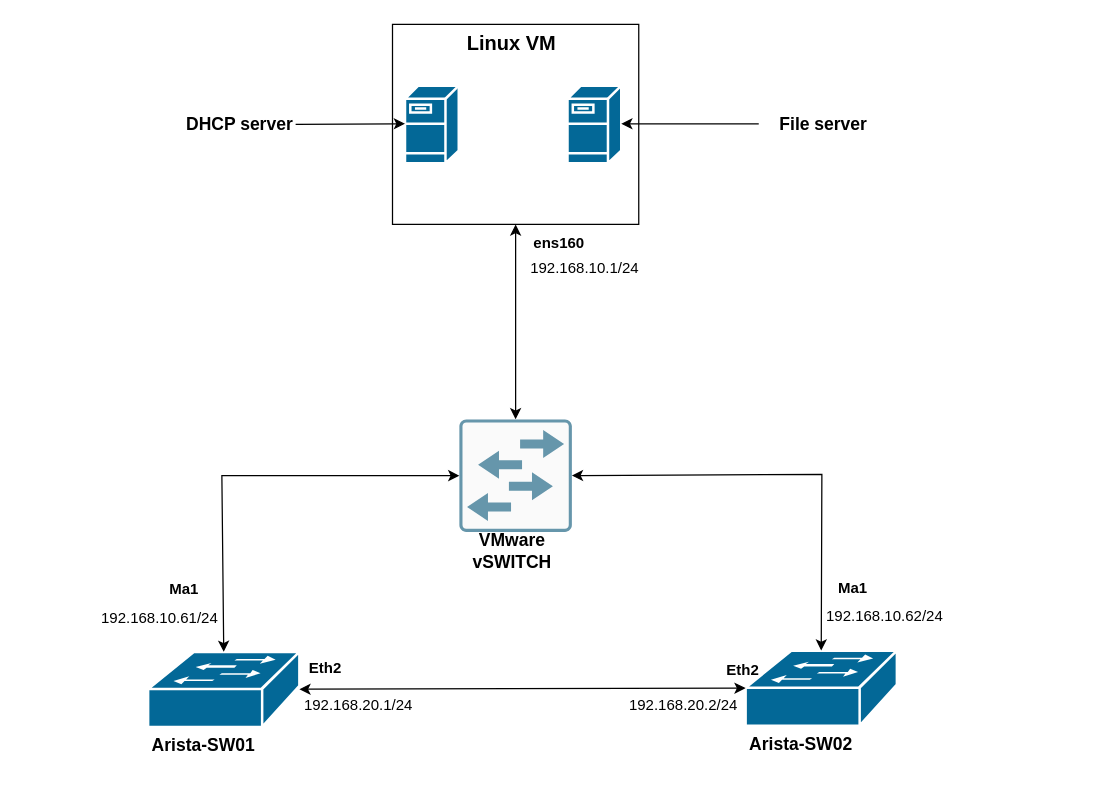
OpentekyLab/Networking keeps this draw.io diagram as ZTP Provisioning for Arista/Arista_ZTP_diagram.drawio. Above is the earlier version. Source tidied: cells renumbered, new cells numbered last; positions are measured from the earlier drawing's top-left corner, leaving out a move shared by most shapes. Both pictures are drawn from the tidied source at 125%, with x=0, y=0 at pixel (96, 24). Pictures stored in the file or linked from it are replaced by grey dashed boxes.
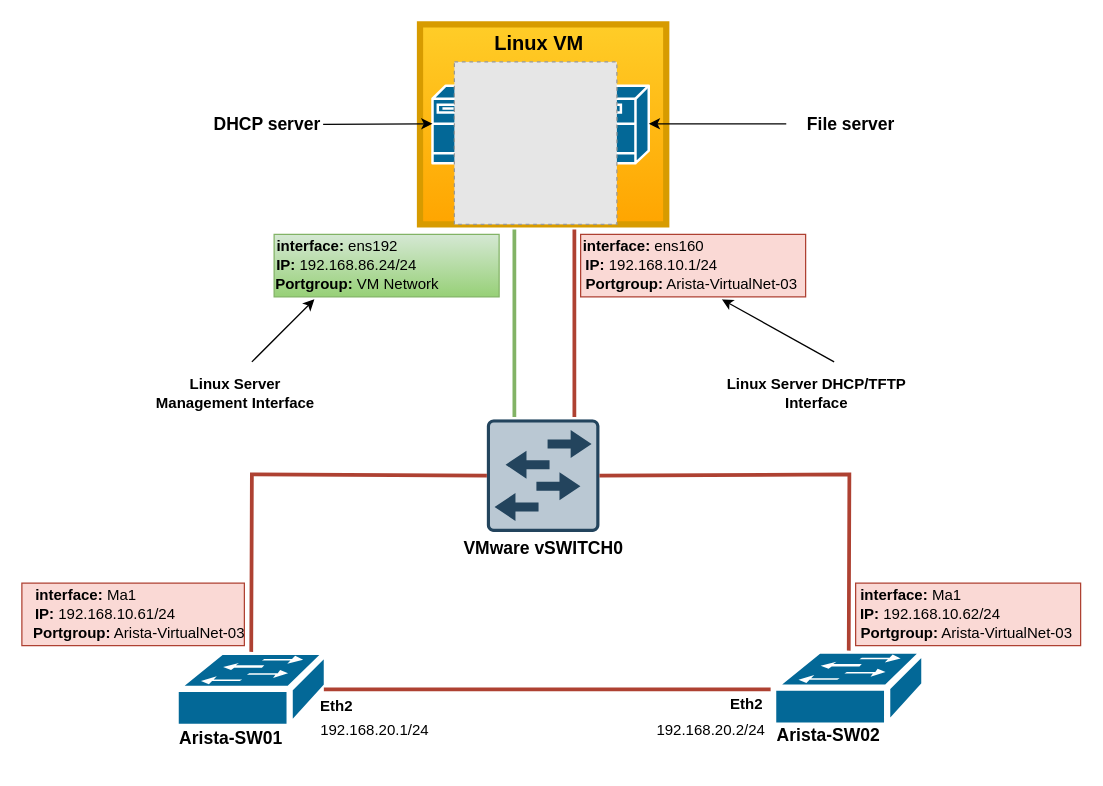
The same page after the edit.

The edit, as a diff of the source:
```diff
@@
+    <mxCell id="30" style="rounded=0;whiteSpace=wrap;html=1;fillColor=#fad9d5;strokeColor=#ae4132;" parent="1" vertex="1">
+      <mxGeometry x="387" y="168" width="180" height="50" as="geometry" />
+    </mxCell>
-    <mxCell id="2" style="rounded=0;whiteSpace=wrap;html=1;" parent="1" vertex="1">
-      <mxGeometry x="236.5" width="197" height="160" as="geometry" />
+    <mxCell id="2" style="rounded=0;whiteSpace=wrap;html=1;fillColor=#ffcd28;strokeColor=#d79b00;gradientColor=#ffa500;strokeWidth=5;" parent="1" vertex="1">
+      <mxGeometry x="258.5" width="197" height="160" as="geometry" />
     </mxCell>
-    <mxCell id="3" style="shape=mxgraph.cisco.switches.workgroup_switch;sketch=0;html=1;dashed=0;fillColor=#036897;strokeColor=#ffffff;strokeWidth=2;verticalLabelPosition=bottom;verticalAlign=top;align=center;outlineConnect=0;" parent="1" vertex="1">
-      <mxGeometry x="41" y="502" width="121" height="60" as="geometry" />
+    <mxCell id="3" style="shape=mxgraph.cisco.switches.workgroup_switch;sketch=0;html=1;dashed=0;fillColor=#036897;strokeColor=#ffffff;strokeWidth=5;verticalLabelPosition=bottom;verticalAlign=top;align=center;outlineConnect=0;" parent="1" vertex="1">
+      <mxGeometry x="63" y="502" width="121" height="60" as="geometry" />
     </mxCell>
-    <mxCell id="4" style="shape=mxgraph.cisco.switches.workgroup_switch;sketch=0;html=1;dashed=0;fillColor=#036897;strokeColor=#ffffff;strokeWidth=2;verticalLabelPosition=bottom;verticalAlign=top;align=center;outlineConnect=0;" parent="1" vertex="1">
-      <mxGeometry x="519" y="501" width="121" height="60" as="geometry" />
+    <mxCell id="4" style="shape=mxgraph.cisco.switches.workgroup_switch;sketch=0;html=1;dashed=0;fillColor=#036897;strokeColor=#ffffff;strokeWidth=5;verticalLabelPosition=bottom;verticalAlign=top;align=center;outlineConnect=0;" parent="1" vertex="1">
+      <mxGeometry x="541" y="501" width="121" height="60" as="geometry" />
     </mxCell>
     <mxCell id="5" style="shape=mxgraph.cisco.servers.fileserver;sketch=0;html=1;dashed=0;fillColor=#036897;strokeColor=#ffffff;strokeWidth=2;verticalLabelPosition=bottom;verticalAlign=top;align=center;" parent="1" vertex="1">
-      <mxGeometry x="376.5" y="49" width="43" height="62" as="geometry" />
+      <mxGeometry x="398.5" y="49" width="43" height="62" as="geometry" />
     </mxCell>
     <mxCell id="6" style="shape=mxgraph.cisco.servers.fileserver;sketch=0;html=1;dashed=0;fillColor=#036897;strokeColor=#ffffff;strokeWidth=2;verticalLabelPosition=bottom;verticalAlign=top;align=center;" parent="1" vertex="1">
-      <mxGeometry x="246.5" y="49" width="43" height="62" as="geometry" />
+      <mxGeometry x="268.5" y="49" width="43" height="62" as="geometry" />
     </mxCell>
-    <mxCell id="7" style="sketch=0;points=[[0.015,0.015,0],[0.985,0.015,0],[0.985,0.985,0],[0.015,0.985,0],[0.25,0,0],[0.5,0,0],[0.75,0,0],[1,0.25,0],[1,0.5,0],[1,0.75,0],[0.75,1,0],[0.5,1,0],[0.25,1,0],[0,0.75,0],[0,0.5,0],[0,0.25,0]];verticalLabelPosition=bottom;html=1;verticalAlign=top;align=center;shape=mxgraph.cisco19.rect;prIcon=workgroup_switch;fillColor=#FAFAFA;strokeColor=#6696AB;" parent="1" vertex="1">
-      <mxGeometry x="290" y="316" width="90" height="90" as="geometry" />
+    <mxCell id="7" style="sketch=0;points=[[0.015,0.015,0],[0.985,0.015,0],[0.985,0.985,0],[0.015,0.985,0],[0.25,0,0],[0.5,0,0],[0.75,0,0],[1,0.25,0],[1,0.5,0],[1,0.75,0],[0.75,1,0],[0.5,1,0],[0.25,1,0],[0,0.75,0],[0,0.5,0],[0,0.25,0]];verticalLabelPosition=bottom;html=1;verticalAlign=top;align=center;shape=mxgraph.cisco19.rect;prIcon=workgroup_switch;fillColor=#bac8d3;strokeColor=#23445d;strokeWidth=5;" parent="1" vertex="1">
+      <mxGeometry x="312" y="316" width="90" height="90" as="geometry" />
     </mxCell>
-    <mxCell id="8" style="endArrow=classic;startArrow=classic;html=1;rounded=0;entryX=0;entryY=0.5;entryDx=0;entryDy=0;entryPerimeter=0;exitX=0.5;exitY=0;exitDx=0;exitDy=0;exitPerimeter=0;" parent="1" edge="1" source="3" target="7">
-      <mxGeometry relative="1" as="geometry">
-        <Array as="points">
-          <mxPoint x="100" y="361" />
-        </Array>
-      </mxGeometry>
-    </mxCell>
-    <mxCell id="9" style="endArrow=classic;startArrow=classic;html=1;rounded=0;entryX=0.5;entryY=1;entryDx=0;entryDy=0;exitX=0.5;exitY=0;exitDx=0;exitDy=0;exitPerimeter=0;" parent="1" edge="1" source="7" target="2">
-      <mxGeometry relative="1" as="geometry" />
-    </mxCell>
     <mxCell id="10" value="&lt;b&gt;&lt;font style=&quot;font-size: 14px;&quot;&gt;Arista-SW01&lt;/font&gt;&lt;/b&gt;" style="text;strokeColor=none;align=center;fillColor=none;html=1;verticalAlign=middle;whiteSpace=wrap;rounded=0;" parent="1" vertex="1">
-      <mxGeometry x="41" y="562" width="89" height="30" as="geometry" />
+      <mxGeometry x="63" y="556" width="89" height="30" as="geometry" />
     </mxCell>
     <mxCell id="11" value="&lt;b&gt;&lt;font style=&quot;font-size: 14px;&quot;&gt;Arista-SW02&lt;/font&gt;&lt;/b&gt;" style="text;strokeColor=none;align=center;fillColor=none;html=1;verticalAlign=middle;whiteSpace=wrap;rounded=0;" parent="1" vertex="1">
-      <mxGeometry x="519" y="561" width="89" height="30" as="geometry" />
+      <mxGeometry x="541" y="554" width="89" height="30" as="geometry" />
     </mxCell>
-    <mxCell id="12" value="&lt;b style=&quot;font-size: 14px;&quot;&gt;VMware&lt;br&gt;vSWITCH&lt;br&gt;&lt;/b&gt;" style="text;strokeColor=none;align=center;fillColor=none;html=1;verticalAlign=middle;whiteSpace=wrap;rounded=0;" parent="1" vertex="1">
-      <mxGeometry x="287.5" y="406" width="89" height="30" as="geometry" />
+    <mxCell id="12" value="&lt;b style=&quot;font-size: 14px;&quot;&gt;VMware vSWITCH0&lt;br&gt;&lt;/b&gt;" style="text;strokeColor=none;align=center;fillColor=none;html=1;verticalAlign=middle;whiteSpace=wrap;rounded=0;" parent="1" vertex="1">
+      <mxGeometry x="271.8" y="408" width="170.5" height="22" as="geometry" />
     </mxCell>
     <mxCell id="13" style="edgeStyle=none;jettySize=auto;html=1;rounded=0;exitX=1;exitY=0.5;exitDx=0;exitDy=0;" parent="1" edge="1" source="14">
       <mxGeometry relative="1" as="geometry">
-        <mxPoint x="246.5" y="79.5" as="targetPoint" />
+        <mxPoint x="268.5" y="79.5" as="targetPoint" />
       </mxGeometry>
     </mxCell>
     <mxCell id="14" value="&lt;b&gt;&lt;font style=&quot;font-size: 14px;&quot;&gt;DHCP server&lt;/font&gt;&lt;/b&gt;" style="text;strokeColor=none;align=center;fillColor=none;html=1;verticalAlign=middle;whiteSpace=wrap;rounded=0;" parent="1" vertex="1">
-      <mxGeometry x="70" y="65" width="89" height="30" as="geometry" />
+      <mxGeometry x="92" y="65" width="89" height="30" as="geometry" />
     </mxCell>
     <mxCell id="15" value="&lt;b&gt;&lt;font style=&quot;font-size: 14px;&quot;&gt;File server&lt;/font&gt;&lt;/b&gt;" style="text;strokeColor=none;align=center;fillColor=none;html=1;verticalAlign=middle;whiteSpace=wrap;rounded=0;" parent="1" vertex="1">
-      <mxGeometry x="537" y="65" width="89" height="30" as="geometry" />
+      <mxGeometry x="559" y="65" width="89" height="30" as="geometry" />
     </mxCell>
     <mxCell id="16" style="edgeStyle=none;orthogonalLoop=1;jettySize=auto;html=1;rounded=0;" parent="1" edge="1">
       <mxGeometry relative="1" as="geometry">
-        <mxPoint x="529.5" y="79.5" as="sourcePoint" />
-        <mxPoint x="419.5" y="79.5" as="targetPoint" />
+        <mxPoint x="551.5" y="79.5" as="sourcePoint" />
+        <mxPoint x="441.5" y="79.5" as="targetPoint" />
       </mxGeometry>
     </mxCell>
     <mxCell id="17" value="&lt;b&gt;&lt;font style=&quot;font-size: 16px;&quot;&gt;Linux VM&lt;/font&gt;&lt;/b&gt;" style="text;strokeColor=none;align=center;fillColor=none;html=1;verticalAlign=middle;whiteSpace=wrap;rounded=0;" parent="1" vertex="1">
-      <mxGeometry x="287" width="90" height="30" as="geometry" />
+      <mxGeometry x="309" width="90" height="30" as="geometry" />
     </mxCell>
-    <mxCell id="18" value="&lt;b&gt;ens160&lt;/b&gt;" style="text;strokeColor=none;align=center;fillColor=none;html=1;verticalAlign=middle;whiteSpace=wrap;rounded=0;" parent="1" vertex="1">
-      <mxGeometry x="340" y="160" width="60" height="30" as="geometry" />
+    <mxCell id="18" value="&lt;b&gt;interface:&lt;/b&gt; ens160" style="text;strokeColor=none;align=center;fillColor=none;html=1;verticalAlign=middle;whiteSpace=wrap;rounded=0;" parent="1" vertex="1">
+      <mxGeometry x="388" y="168" width="99" height="20" as="geometry" />
     </mxCell>
-    <mxCell id="19" value="&lt;b&gt;Ma1&lt;/b&gt;" style="text;strokeColor=none;align=center;fillColor=none;html=1;verticalAlign=middle;whiteSpace=wrap;rounded=0;" parent="1" vertex="1">
-      <mxGeometry x="40" y="439" width="60" height="26" as="geometry" />
-    </mxCell>
-    <mxCell id="20" value="&lt;b&gt;Ma1&lt;/b&gt;" style="text;strokeColor=none;align=center;fillColor=none;html=1;verticalAlign=middle;whiteSpace=wrap;rounded=0;" parent="1" vertex="1">
-      <mxGeometry x="580" y="436" width="50" height="30" as="geometry" />
-    </mxCell>
-    <mxCell id="21" value="192.168.10.1/24" style="text;strokeColor=none;align=center;fillColor=none;html=1;verticalAlign=middle;whiteSpace=wrap;rounded=0;" parent="1" vertex="1">
-      <mxGeometry x="340" y="180" width="100.5" height="30" as="geometry" />
+    <mxCell id="21" value="&lt;b&gt;IP:&lt;/b&gt; 192.168.10.1/24" style="text;strokeColor=none;align=center;fillColor=none;html=1;verticalAlign=middle;whiteSpace=wrap;rounded=0;" parent="1" vertex="1">
+      <mxGeometry x="387" y="178" width="114.2" height="30" as="geometry" />
     </mxCell>
-    <mxCell id="22" style="endArrow=classic;startArrow=classic;html=1;rounded=0;entryX=0;entryY=0.5;entryDx=0;entryDy=0;entryPerimeter=0;" parent="1" edge="1" source="3" target="4">
-      <mxGeometry relative="1" as="geometry" />
-    </mxCell>
     <mxCell id="23" value="&lt;b&gt;Eth2&lt;/b&gt;" style="text;strokeColor=none;align=center;fillColor=none;html=1;verticalAlign=middle;whiteSpace=wrap;rounded=0;" parent="1" vertex="1">
-      <mxGeometry x="163" y="500" width="40" height="30" as="geometry" />
+      <mxGeometry x="172.2" y="536" width="40" height="20" as="geometry" />
     </mxCell>
-    <mxCell id="24" value="&lt;b&gt;Eth2&lt;/b&gt;" style="text;strokeColor=none;align=center;fillColor=none;html=1;verticalAlign=middle;whiteSpace=wrap;rounded=0;" parent="1" vertex="1">
-      <mxGeometry x="497" y="502" width="40" height="30" as="geometry" />
-    </mxCell>
-    <mxCell id="25" value="192.168.10.62/24" style="text;strokeColor=none;align=center;fillColor=none;html=1;verticalAlign=middle;whiteSpace=wrap;rounded=0;" parent="1" vertex="1">
-      <mxGeometry x="580" y="459" width="100.5" height="30" as="geometry" />
-    </mxCell>
-    <mxCell id="26" value="192.168.10.61/24" style="text;strokeColor=none;align=center;fillColor=none;html=1;verticalAlign=middle;whiteSpace=wrap;rounded=0;" parent="1" vertex="1">
-      <mxGeometry x="-0.5" y="460" width="100.5" height="30" as="geometry" />
-    </mxCell>
     <mxCell id="27" value="192.168.20.2/24" style="text;strokeColor=none;align=center;fillColor=none;html=1;verticalAlign=middle;whiteSpace=wrap;rounded=0;" parent="1" vertex="1">
-      <mxGeometry x="418.5" y="530" width="100.5" height="30" as="geometry" />
+      <mxGeometry x="440.5" y="550" width="100.5" height="30" as="geometry" />
     </mxCell>
     <mxCell id="28" value="192.168.20.1/24" style="text;strokeColor=none;align=center;fillColor=none;html=1;verticalAlign=middle;whiteSpace=wrap;rounded=0;" parent="1" vertex="1">
-      <mxGeometry x="159" y="530" width="100.5" height="30" as="geometry" />
+      <mxGeometry x="172" y="550" width="100.5" height="30" as="geometry" />
     </mxCell>
+    <mxCell id="31" style="fillColor=#E6E6E6;strokeColor=#999999;dashed=1;html=1;verticalAlign=top;verticalLabelPosition=bottom;labelBackgroundColor=#ffffff;" parent="1" vertex="1">
+      <mxGeometry x="286" y="30" width="130" height="130" as="geometry" />
+    </mxCell>
+    <mxCell id="32" value="&lt;b&gt;Portgroup:&lt;/b&gt; Arista-VirtualNet-03" style="text;strokeColor=none;align=center;fillColor=none;html=1;verticalAlign=middle;whiteSpace=wrap;rounded=0;" parent="1" vertex="1">
+      <mxGeometry x="386" y="198" width="180" height="20" as="geometry" />
+    </mxCell>
+    <mxCell id="33" style="rounded=0;whiteSpace=wrap;html=1;fillColor=#d5e8d4;gradientColor=#97d077;strokeColor=#82b366;" parent="1" vertex="1">
+      <mxGeometry x="141.8" y="168" width="180" height="50" as="geometry" />
+    </mxCell>
+    <mxCell id="34" value="&lt;b&gt;interface:&lt;/b&gt; ens192" style="text;strokeColor=none;align=center;fillColor=none;html=1;verticalAlign=middle;whiteSpace=wrap;rounded=0;" parent="1" vertex="1">
+      <mxGeometry x="142.8" y="168" width="99" height="20" as="geometry" />
+    </mxCell>
+    <mxCell id="35" value="&lt;b&gt;IP:&lt;/b&gt; 192.168.86.24/24" style="text;strokeColor=none;align=center;fillColor=none;html=1;verticalAlign=middle;whiteSpace=wrap;rounded=0;" parent="1" vertex="1">
+      <mxGeometry x="139.8" y="178" width="120.2" height="30" as="geometry" />
+    </mxCell>
+    <mxCell id="36" value="&lt;b&gt;Portgroup:&lt;/b&gt;&amp;nbsp;VM Network" style="text;strokeColor=none;align=center;fillColor=none;html=1;verticalAlign=middle;whiteSpace=wrap;rounded=0;" parent="1" vertex="1">
+      <mxGeometry x="138.8" y="198" width="138.8" height="20" as="geometry" />
+    </mxCell>
+    <mxCell id="37" style="endArrow=none;html=1;rounded=0;entryX=0.363;entryY=1.016;entryDx=0;entryDy=0;entryPerimeter=0;strokeWidth=3;fillColor=#fad9d5;strokeColor=#ae4132;" parent="1" edge="1">
+      <mxGeometry relative="1" as="geometry">
+        <mxPoint x="382" y="314" as="sourcePoint" />
+        <mxPoint x="382" y="164" as="targetPoint" />
+      </mxGeometry>
+    </mxCell>
+    <mxCell id="38" style="endArrow=none;html=1;rounded=0;exitX=0.5;exitY=1;exitDx=0;exitDy=0;strokeWidth=3;entryX=0.98;entryY=0.5;entryDx=0;entryDy=0;entryPerimeter=0;fillColor=#fad9d5;strokeColor=#ae4132;" parent="1" edge="1" target="3">
+      <mxGeometry relative="1" as="geometry">
+        <mxPoint x="539" y="532" as="sourcePoint" />
+      </mxGeometry>
+    </mxCell>
+    <mxCell id="8" style="endArrow=none;html=1;rounded=0;entryX=0;entryY=0.5;entryDx=0;entryDy=0;entryPerimeter=0;exitX=0.5;exitY=0;exitDx=0;exitDy=0;exitPerimeter=0;strokeWidth=3;fillColor=#fad9d5;strokeColor=#ae4132;" parent="1" edge="1" source="3" target="7">
+      <mxGeometry relative="1" as="geometry">
+        <Array as="points">
+          <mxPoint x="124" y="360" />
+        </Array>
+      </mxGeometry>
+    </mxCell>
-    <mxCell id="29" style="endArrow=classic;startArrow=classic;html=1;rounded=0;exitX=1;exitY=0.5;exitDx=0;exitDy=0;exitPerimeter=0;entryX=0.5;entryY=0;entryDx=0;entryDy=0;entryPerimeter=0;" parent="1" edge="1" source="7" target="4">
+    <mxCell id="29" style="endArrow=none;html=1;rounded=0;entryX=0.5;entryY=0;entryDx=0;entryDy=0;entryPerimeter=0;exitX=1;exitY=0.5;exitDx=0;exitDy=0;exitPerimeter=0;strokeWidth=3;fillColor=#fad9d5;strokeColor=#ae4132;" parent="1" edge="1" source="7" target="4">
       <mxGeometry relative="1" as="geometry">
         <Array as="points">
-          <mxPoint x="580" y="360" />
+          <mxPoint x="602" y="360" />
         </Array>
       </mxGeometry>
     </mxCell>
+    <mxCell id="39" style="endArrow=none;html=1;rounded=0;entryX=0.363;entryY=1.016;entryDx=0;entryDy=0;entryPerimeter=0;strokeWidth=3;fillColor=#d5e8d4;gradientColor=#97d077;strokeColor=#82b366;" parent="1" edge="1">
+      <mxGeometry relative="1" as="geometry">
+        <mxPoint x="334" y="314" as="sourcePoint" />
+        <mxPoint x="334" y="164" as="targetPoint" />
+      </mxGeometry>
+    </mxCell>
+    <mxCell id="40" style="rounded=0;whiteSpace=wrap;html=1;fillColor=#fad9d5;strokeColor=#ae4132;" parent="1" vertex="1">
+      <mxGeometry x="607" y="447" width="180" height="50" as="geometry" />
+    </mxCell>
+    <mxCell id="41" value="&lt;b&gt;interface:&lt;/b&gt;&amp;nbsp;Ma1" style="text;strokeColor=none;align=center;fillColor=none;html=1;verticalAlign=middle;whiteSpace=wrap;rounded=0;" parent="1" vertex="1">
+      <mxGeometry x="607" y="447" width="88.5" height="20" as="geometry" />
+    </mxCell>
+    <mxCell id="42" value="&lt;b&gt;IP:&lt;/b&gt; 192.168.10.62/24" style="text;strokeColor=none;align=center;fillColor=none;html=1;verticalAlign=middle;whiteSpace=wrap;rounded=0;" parent="1" vertex="1">
+      <mxGeometry x="607" y="457" width="119.5" height="30" as="geometry" />
+    </mxCell>
+    <mxCell id="43" value="&lt;b&gt;Portgroup:&lt;/b&gt; Arista-VirtualNet-03" style="text;strokeColor=none;align=center;fillColor=none;html=1;verticalAlign=middle;whiteSpace=wrap;rounded=0;" parent="1" vertex="1">
+      <mxGeometry x="606" y="477" width="180" height="20" as="geometry" />
+    </mxCell>
+    <mxCell id="44" style="rounded=0;whiteSpace=wrap;html=1;fillColor=#fad9d5;strokeColor=#ae4132;" parent="1" vertex="1">
+      <mxGeometry x="-60" y="447" width="178" height="50" as="geometry" />
+    </mxCell>
+    <mxCell id="45" value="&lt;b&gt;interface:&lt;/b&gt;&amp;nbsp;Ma1" style="text;strokeColor=none;align=center;fillColor=none;html=1;verticalAlign=middle;whiteSpace=wrap;rounded=0;" parent="1" vertex="1">
+      <mxGeometry x="-53" y="447" width="88.5" height="20" as="geometry" />
+    </mxCell>
+    <mxCell id="46" value="&lt;b&gt;IP:&lt;/b&gt; 192.168.10.61/24" style="text;strokeColor=none;align=center;fillColor=none;html=1;verticalAlign=middle;whiteSpace=wrap;rounded=0;" parent="1" vertex="1">
+      <mxGeometry x="-53" y="457" width="119.5" height="30" as="geometry" />
+    </mxCell>
+    <mxCell id="47" value="&lt;b&gt;Portgroup:&lt;/b&gt; Arista-VirtualNet-03" style="text;strokeColor=none;align=center;fillColor=none;html=1;verticalAlign=middle;whiteSpace=wrap;rounded=0;" parent="1" vertex="1">
+      <mxGeometry x="-56" y="477" width="180" height="20" as="geometry" />
+    </mxCell>
+    <mxCell id="24" value="&lt;b&gt;Eth2&lt;/b&gt;" style="text;strokeColor=none;align=center;fillColor=none;html=1;verticalAlign=middle;whiteSpace=wrap;rounded=0;" parent="1" vertex="1">
+      <mxGeometry x="500" y="534" width="40" height="20" as="geometry" />
+    </mxCell>
+    <mxCell id="48" style="endArrow=classic;html=1;rounded=0;" parent="1" edge="1">
+      <mxGeometry relative="1" as="geometry">
+        <mxPoint x="124" y="270" as="sourcePoint" />
+        <mxPoint x="174" y="220" as="targetPoint" />
+      </mxGeometry>
+    </mxCell>
+    <mxCell id="49" value="Linux Server Management Interface" style="text;strokeColor=none;align=center;fillColor=none;html=1;verticalAlign=middle;whiteSpace=wrap;rounded=0;fontStyle=1;" parent="1" vertex="1">
+      <mxGeometry x="35.5" y="280" width="150" height="30" as="geometry" />
+    </mxCell>
+    <mxCell id="50" style="endArrow=classic;html=1;rounded=0;" parent="1" edge="1">
+      <mxGeometry relative="1" as="geometry">
+        <mxPoint x="589.8" y="270" as="sourcePoint" />
+        <mxPoint x="500" y="220" as="targetPoint" />
+      </mxGeometry>
+    </mxCell>
+    <mxCell id="51" value="Linux Server DHCP/TFTP Interface" style="text;strokeColor=none;align=center;fillColor=none;html=1;verticalAlign=middle;whiteSpace=wrap;rounded=0;fontStyle=1;" parent="1" vertex="1">
+      <mxGeometry x="501.2" y="280" width="150" height="30" as="geometry" />
+    </mxCell>
```
